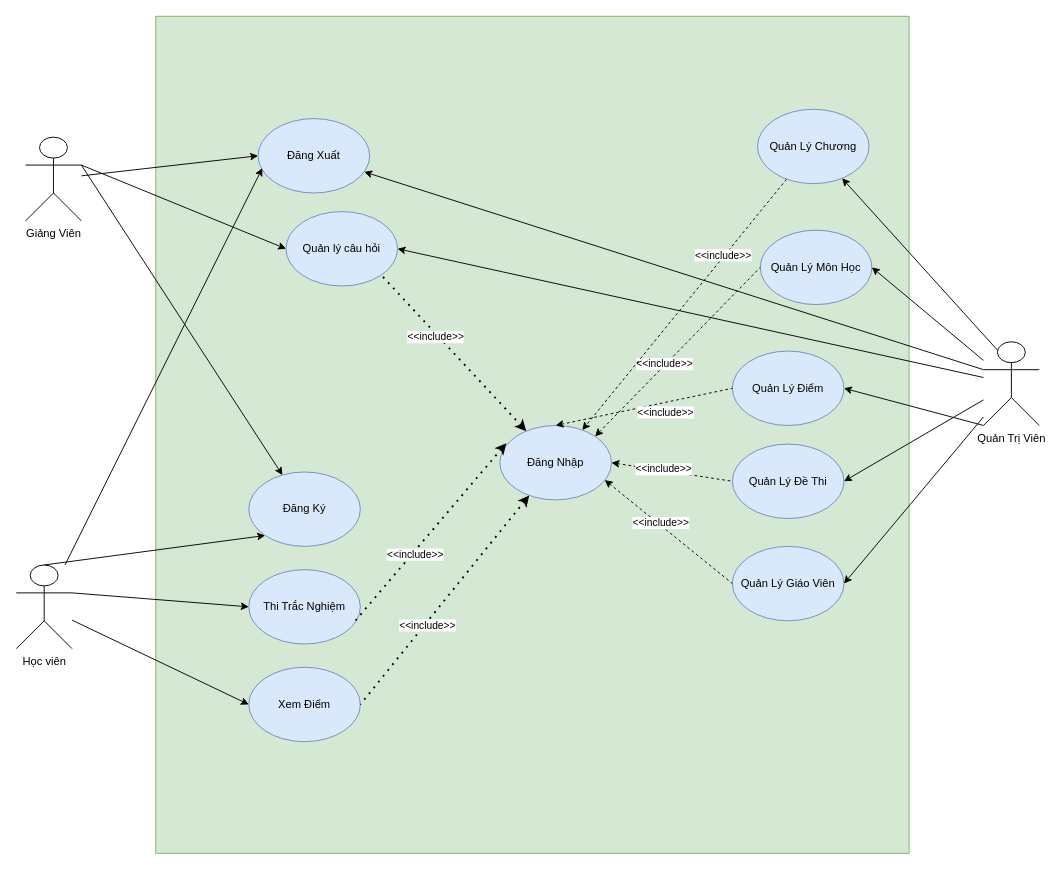
KhaiZeR0/LuyenThiTracNghiem-HDT1 keeps this draw.io diagram as Untitled.drawio. Above is the earlier version. Source tidied: cells renumbered, new cells numbered last; positions are measured from the earlier drawing's top-left corner, leaving out a move shared by most shapes. Both pictures are drawn from the tidied source at 93%, with x=0, y=0 at pixel (16, 16).
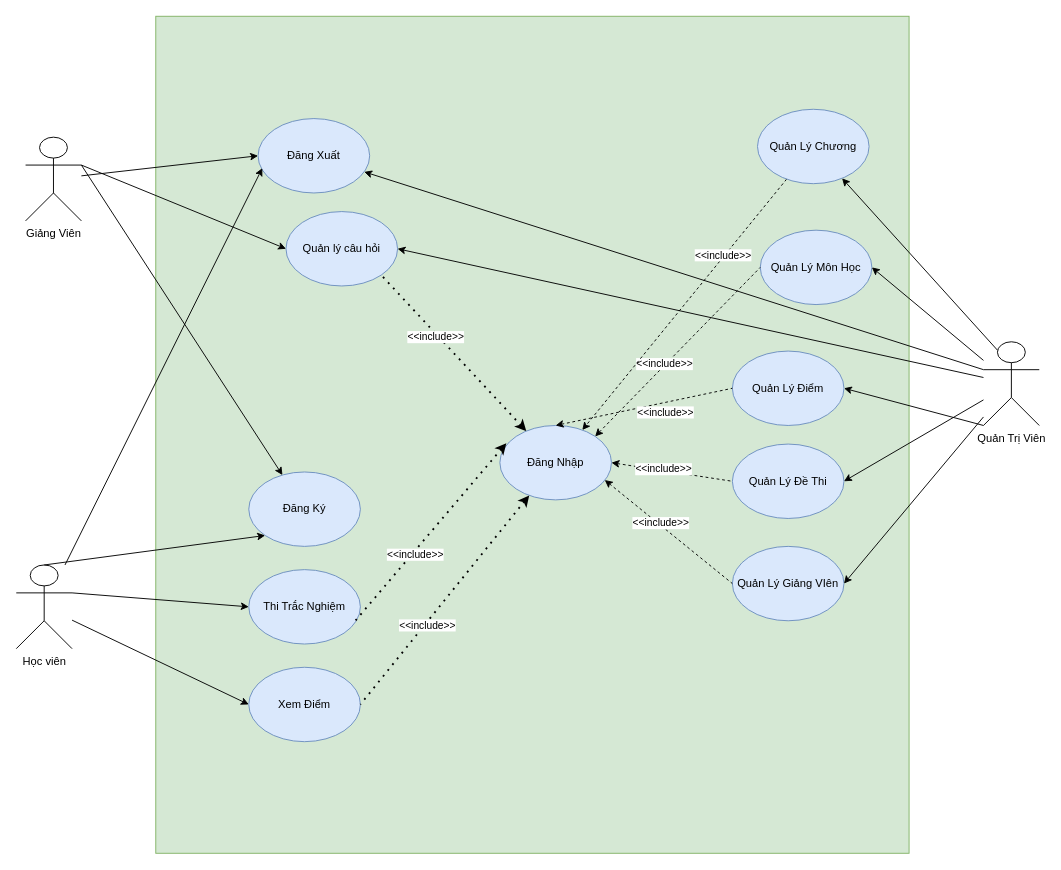
The same diagram, later.

Diff of the diagram source:
```diff
@@
-    <mxCell id="29" value="Quản Lý Giáo Viên" style="ellipse;whiteSpace=wrap;html=1;fillColor=#dae8fc;strokeColor=#6c8ebf;" parent="1" vertex="1">
+    <mxCell id="29" value="Quản Lý Giảng VIên" style="ellipse;whiteSpace=wrap;html=1;fillColor=#dae8fc;strokeColor=#6c8ebf;" parent="1" vertex="1">
       <mxGeometry x="770" y="570" width="120" height="80" as="geometry" />
     </mxCell>
```
